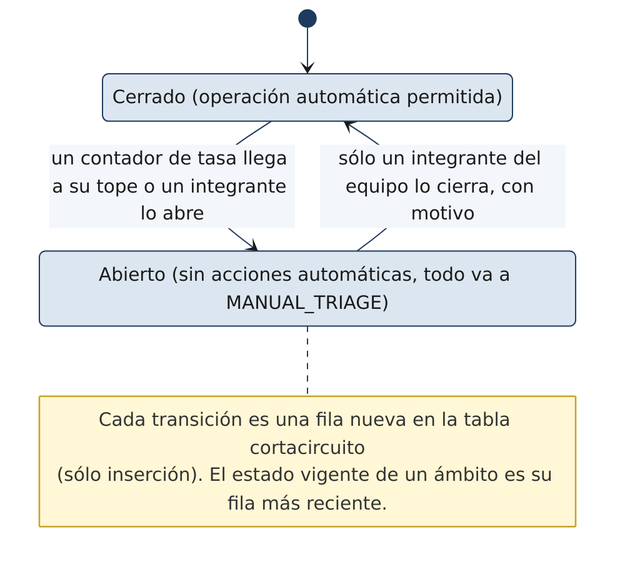
soaria186/kronos-ai keeps this Mermaid diagram as docs/diagramas/02_estados_cortacircuito.png. Above is the earlier version. Its source is kept beside it as docs/diagramas/02_estados_cortacircuito.mmd.
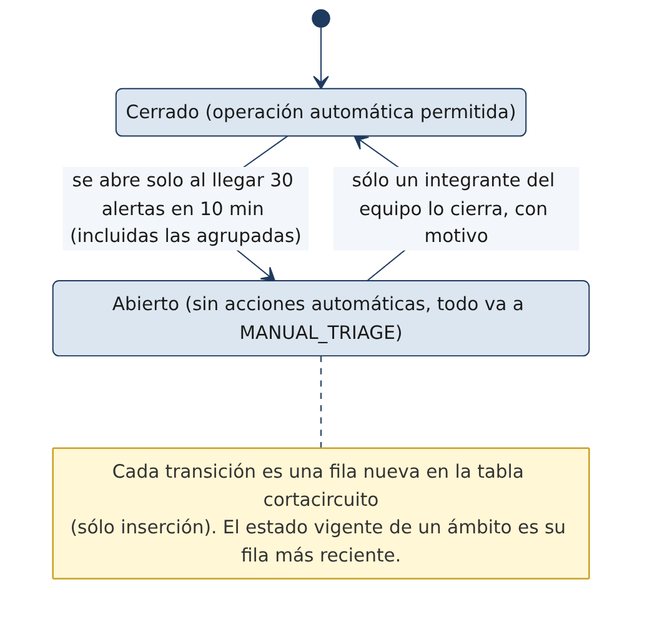
After the change.

Commit message:
docs(02): estados del ticket y del cortacircuito al día con #35 y #36

Change to the diagram source:
```diff
@@ -2,7 +2,7 @@
     [*] --> Cerrado
     Cerrado: Cerrado (operación automática permitida)
     Abierto: Abierto (sin acciones automáticas, todo va a MANUAL_TRIAGE)
-    Cerrado --> Abierto: un contador de tasa llega a su tope o un integrante lo abre
+    Cerrado --> Abierto: se abre solo al llegar 30 alertas en 10 min (incluidas las agrupadas)
     Abierto --> Cerrado: sólo un integrante del equipo lo cierra, con motivo
     note right of Abierto
         Cada transición es una fila nueva en la tabla cortacircuito
```
